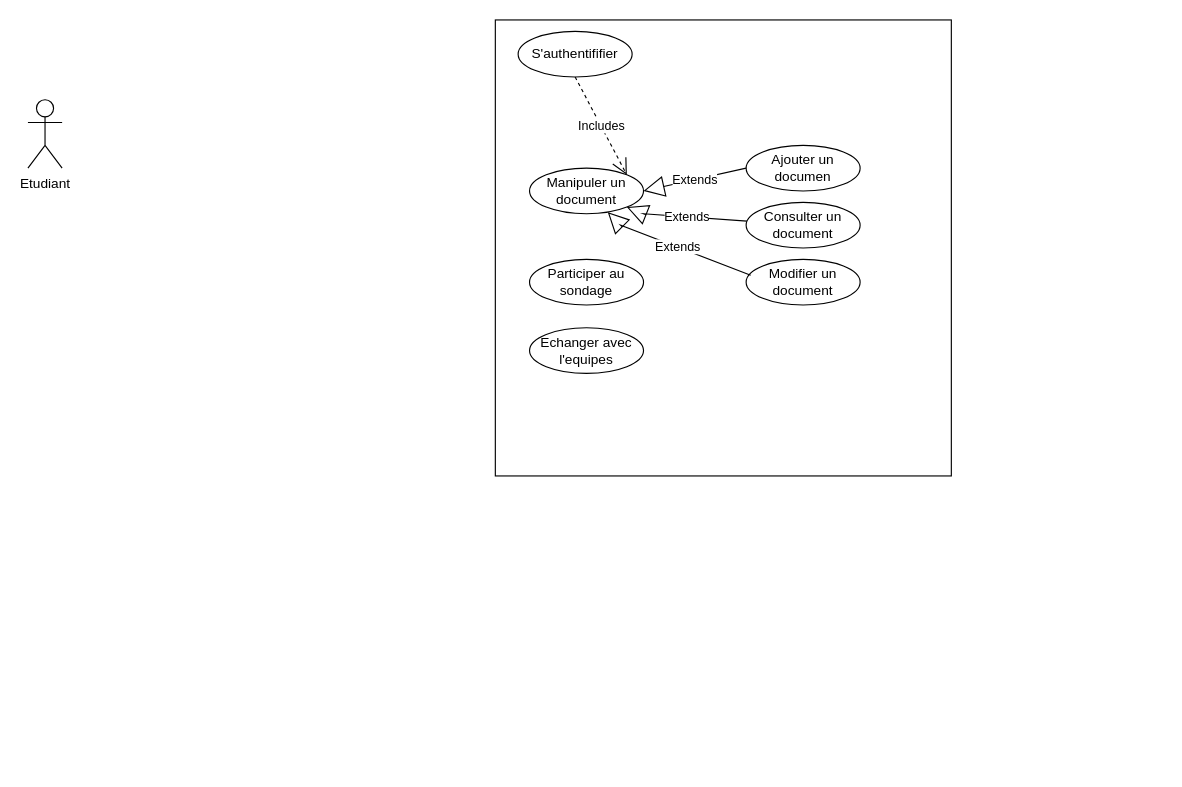
Earlier version of the draw.io diagram diagrams/Untitled Diagram.drawio (stormsidali2001/PFE_third_year_school_project_front). Source tidied: cells renumbered, new cells numbered last; positions are measured from the earlier drawing's top-left corner, leaving out a move shared by most shapes. Both pictures are drawn from the tidied source at 114%, with x=0, y=0 at pixel (27, 19).
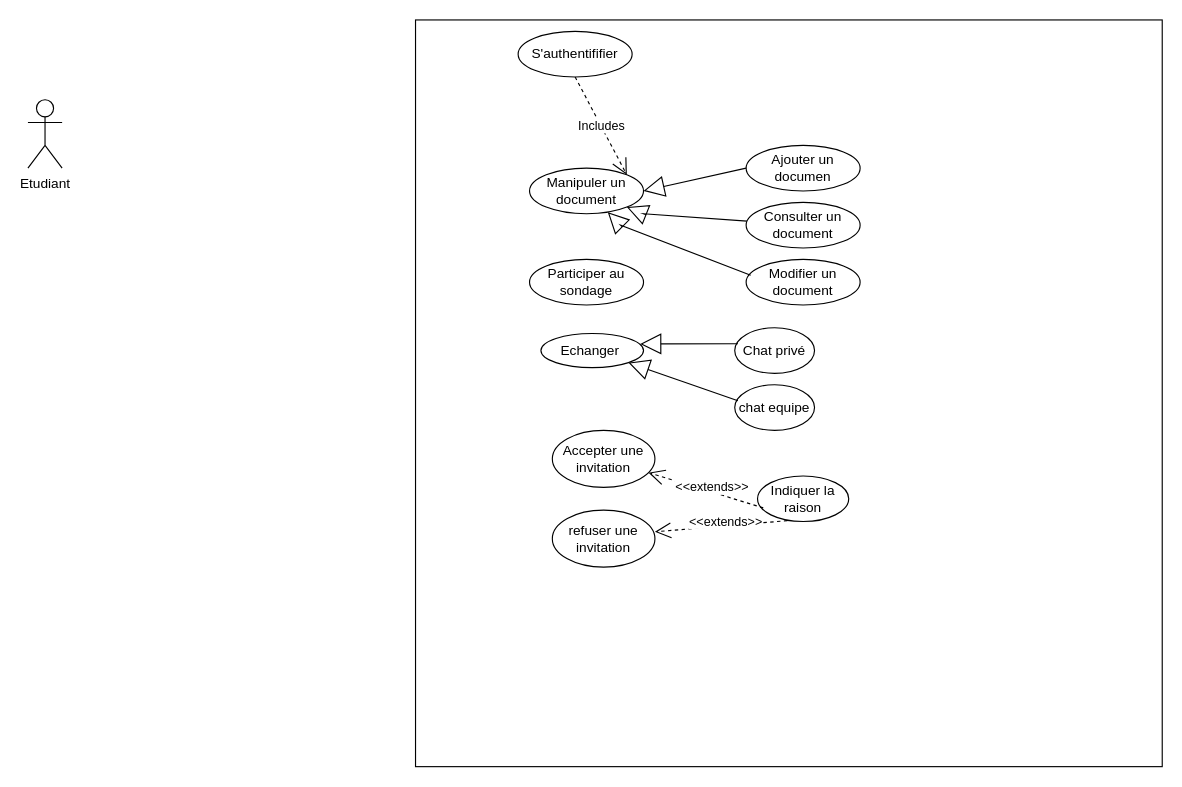
After the change.

Unchanged cells that the change refers to:
```xml
<mxCell id="6" value="Consulter un document" style="ellipse;whiteSpace=wrap;html=1;" parent="1" vertex="1">
  <mxGeometry x="630" y="160" width="100" height="40" as="geometry" />
</mxCell>
<mxCell id="7" value="Modifier un document" style="ellipse;whiteSpace=wrap;html=1;" parent="1" vertex="1">
  <mxGeometry x="630" y="210" width="100" height="40" as="geometry" />
</mxCell>
<mxCell id="8" value="Manipuler un document" style="ellipse;whiteSpace=wrap;html=1;" parent="1" vertex="1">
  <mxGeometry x="440" y="130" width="100" height="40" as="geometry" />
</mxCell>
```

The edit, as a diff of the source:
```diff
@@
     <mxCell id="3" style="whiteSpace=wrap;html=1;" parent="1" vertex="1">
-      <mxGeometry x="410" width="400" height="400" as="geometry" />
+      <mxGeometry x="340" width="655" height="655" as="geometry" />
     </mxCell>
@@
-    <mxCell id="9" value="Extends" style="endArrow=block;endSize=16;endFill=0;html=1;rounded=0;" parent="1" edge="1" source="6" target="8">
+    <mxCell id="9" style="endArrow=block;endSize=16;endFill=0;html=1;rounded=0;" parent="1" edge="1" source="6" target="8">
       <mxGeometry relative="1" as="geometry">
         <Array as="points">
           <mxPoint x="540" y="170" />
         </Array>
       </mxGeometry>
     </mxCell>
-    <mxCell id="10" value="Extends" style="endArrow=block;endSize=16;endFill=0;html=1;rounded=0;exitX=0.04;exitY=0.35;exitDx=0;exitDy=0;exitPerimeter=0;" parent="1" edge="1" source="7" target="8">
-      <mxGeometry relative="1" as="geometry">
+    <mxCell id="10" style="endArrow=block;endSize=16;endFill=0;html=1;rounded=0;exitX=0.04;exitY=0.35;exitDx=0;exitDy=0;exitPerimeter=0;" parent="1" edge="1" source="7" target="8">
+      <mxGeometry x="-0.01" y="1" relative="1" as="geometry">
         <Array as="points">
           <mxPoint x="520" y="180" />
         </Array>
       </mxGeometry>
     </mxCell>
-    <mxCell id="11" value="Extends" style="endArrow=block;endSize=16;endFill=0;html=1;rounded=0;entryX=1;entryY=0.5;entryDx=0;entryDy=0;" parent="1" edge="1" target="8">
-      <mxGeometry relative="1" as="geometry">
+    <mxCell id="11" style="endArrow=block;endSize=16;endFill=0;html=1;rounded=0;entryX=1;entryY=0.5;entryDx=0;entryDy=0;" parent="1" edge="1" target="8">
+      <mxGeometry x="-0.32" y="3" relative="1" as="geometry">
         <mxPoint x="630" y="130" as="sourcePoint" />
       </mxGeometry>
     </mxCell>
@@
-    <mxCell id="14" value="Echanger avec l'equipes" style="ellipse;whiteSpace=wrap;html=1;" parent="1" vertex="1">
-      <mxGeometry x="440" y="270" width="100" height="40" as="geometry" />
+    <mxCell id="14" value="Echanger&amp;nbsp;" style="ellipse;whiteSpace=wrap;html=1;" parent="1" vertex="1">
+      <mxGeometry x="450" y="275" width="90" height="30" as="geometry" />
     </mxCell>
+    <mxCell id="15" value="&lt;div&gt;&lt;span&gt;Chat privé&lt;/span&gt;&lt;/div&gt;" style="ellipse;whiteSpace=wrap;html=1;" parent="1" vertex="1">
+      <mxGeometry x="620" y="270" width="70" height="40" as="geometry" />
+    </mxCell>
+    <mxCell id="16" style="endArrow=block;endSize=16;endFill=0;html=1;rounded=0;exitX=0.04;exitY=0.35;exitDx=0;exitDy=0;exitPerimeter=0;entryX=0.967;entryY=0.306;entryDx=0;entryDy=0;entryPerimeter=0;" parent="1" edge="1" source="15" target="14">
+      <mxGeometry relative="1" as="geometry" />
+    </mxCell>
+    <mxCell id="17" value="&lt;div&gt;&lt;span&gt;chat equipe&lt;/span&gt;&lt;/div&gt;" style="ellipse;whiteSpace=wrap;html=1;" parent="1" vertex="1">
+      <mxGeometry x="620" y="320" width="70" height="40" as="geometry" />
+    </mxCell>
+    <mxCell id="18" style="endArrow=block;endSize=16;endFill=0;html=1;rounded=0;exitX=0.04;exitY=0.35;exitDx=0;exitDy=0;exitPerimeter=0;entryX=1;entryY=1;entryDx=0;entryDy=0;" parent="1" edge="1" source="17" target="14">
+      <mxGeometry relative="1" as="geometry" />
+    </mxCell>
+    <mxCell id="19" value="Accepter une invitation" style="ellipse;whiteSpace=wrap;html=1;" parent="1" vertex="1">
+      <mxGeometry x="460" y="360" width="90" height="50" as="geometry" />
+    </mxCell>
+    <mxCell id="20" value="refuser une invitation" style="ellipse;whiteSpace=wrap;html=1;" parent="1" vertex="1">
+      <mxGeometry x="460" y="430" width="90" height="50" as="geometry" />
+    </mxCell>
+    <mxCell id="21" value="Indiquer la raison" style="ellipse;whiteSpace=wrap;html=1;" parent="1" vertex="1">
+      <mxGeometry x="640" y="400" width="80" height="40" as="geometry" />
+    </mxCell>
+    <mxCell id="22" value="&amp;lt;&amp;lt;extends&amp;gt;&amp;gt;" style="endArrow=open;endSize=12;dashed=1;html=1;rounded=0;exitX=0.063;exitY=0.7;exitDx=0;exitDy=0;exitPerimeter=0;" parent="1" edge="1" source="21" target="19">
+      <mxGeometry x="-0.08" y="-4" relative="1" as="geometry" />
+    </mxCell>
+    <mxCell id="23" value="&amp;lt;&amp;lt;extends&amp;gt;&amp;gt;" style="endArrow=open;endSize=12;dashed=1;html=1;rounded=0;exitX=0.326;exitY=0.981;exitDx=0;exitDy=0;exitPerimeter=0;" parent="1" edge="1" source="21">
+      <mxGeometry x="-0.08" y="-4" relative="1" as="geometry">
+        <mxPoint x="550" y="449" as="targetPoint" />
+      </mxGeometry>
+    </mxCell>
```
